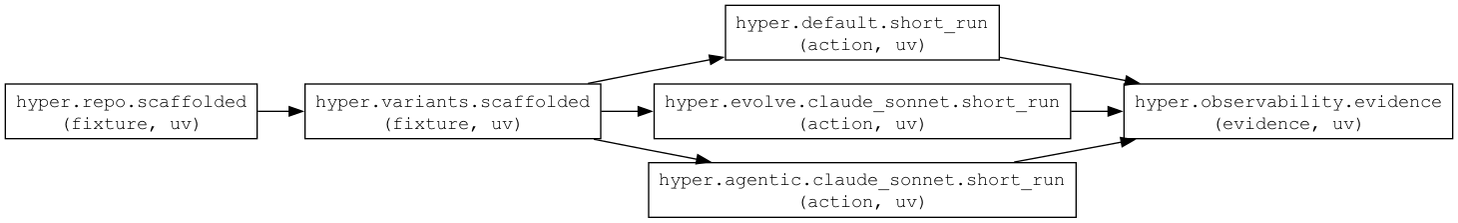
This is test_graph/docs/hyperAllVariantClaudeObservability.png from haydenrear/hyper-experiments-skill, a Graphviz export, as it was before one commit. Its source is kept beside it as test_graph/docs/hyperAllVariantClaudeObservability.dot.
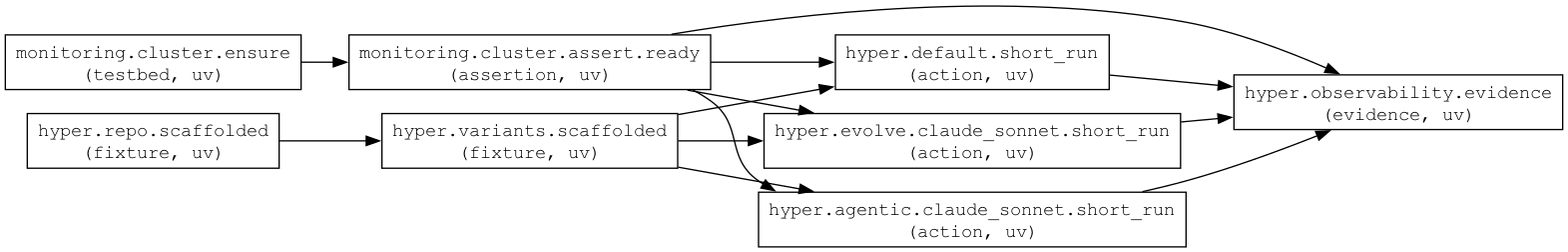
After the change.

Commit message:
OBS-MON-INT-001: require monitoring readiness

What changed in the source:
```diff
@@ -1,17 +1,24 @@
 digraph "hyperAllVariantClaudeObservability" {
   rankdir=LR;
   node [shape=box,fontname="Courier"];
+  "monitoring.cluster.ensure" [label="monitoring.cluster.ensure\n(testbed, uv)"];
+  "monitoring.cluster.assert.ready" [label="monitoring.cluster.assert.ready\n(assertion, uv)"];
   "hyper.repo.scaffolded" [label="hyper.repo.scaffolded\n(fixture, uv)"];
   "hyper.variants.scaffolded" [label="hyper.variants.scaffolded\n(fixture, uv)"];
   "hyper.default.short_run" [label="hyper.default.short_run\n(action, uv)"];
   "hyper.evolve.claude_sonnet.short_run" [label="hyper.evolve.claude_sonnet.short_run\n(action, uv)"];
   "hyper.agentic.claude_sonnet.short_run" [label="hyper.agentic.claude_sonnet.short_run\n(action, uv)"];
   "hyper.observability.evidence" [label="hyper.observability.evidence\n(evidence, uv)"];
+  "monitoring.cluster.ensure" -> "monitoring.cluster.assert.ready";
   "hyper.repo.scaffolded" -> "hyper.variants.scaffolded";
   "hyper.variants.scaffolded" -> "hyper.default.short_run";
+  "monitoring.cluster.assert.ready" -> "hyper.default.short_run";
   "hyper.variants.scaffolded" -> "hyper.evolve.claude_sonnet.short_run";
+  "monitoring.cluster.assert.ready" -> "hyper.evolve.claude_sonnet.short_run";
   "hyper.variants.scaffolded" -> "hyper.agentic.claude_sonnet.short_run";
+  "monitoring.cluster.assert.ready" -> "hyper.agentic.claude_sonnet.short_run";
   "hyper.default.short_run" -> "hyper.observability.evidence";
   "hyper.evolve.claude_sonnet.short_run" -> "hyper.observability.evidence";
   "hyper.agentic.claude_sonnet.short_run" -> "hyper.observability.evidence";
+  "monitoring.cluster.assert.ready" -> "hyper.observability.evidence";
 }
```
